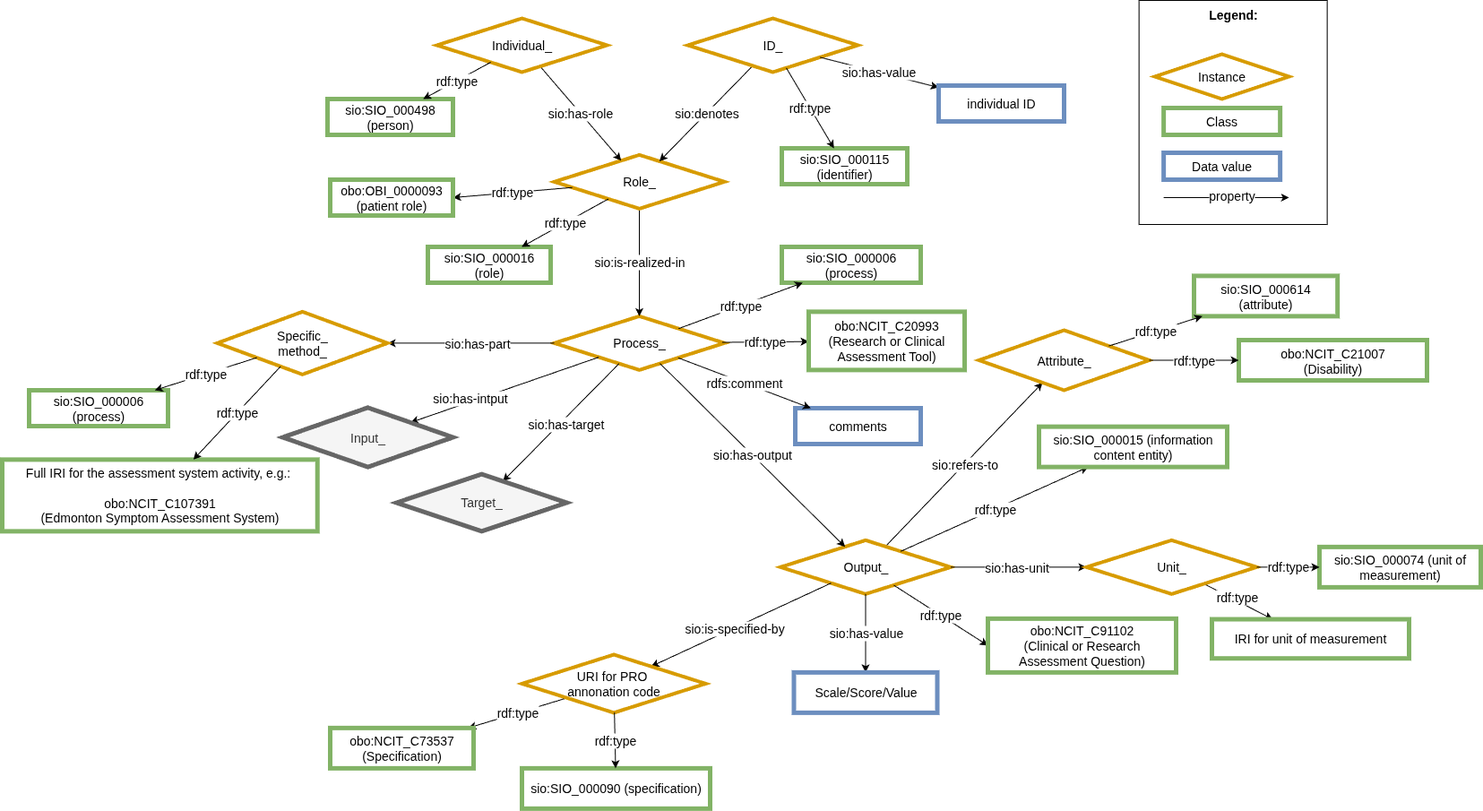
Earlier version of the draw.io export images/CARE-SM-Disability.drawio.png (CARE-SM/CARE-Semantic-Model). Source tidied: cells renumbered, new cells last; positions are measured from the earlier drawing's top-left corner, leaving out a move shared by most shapes.
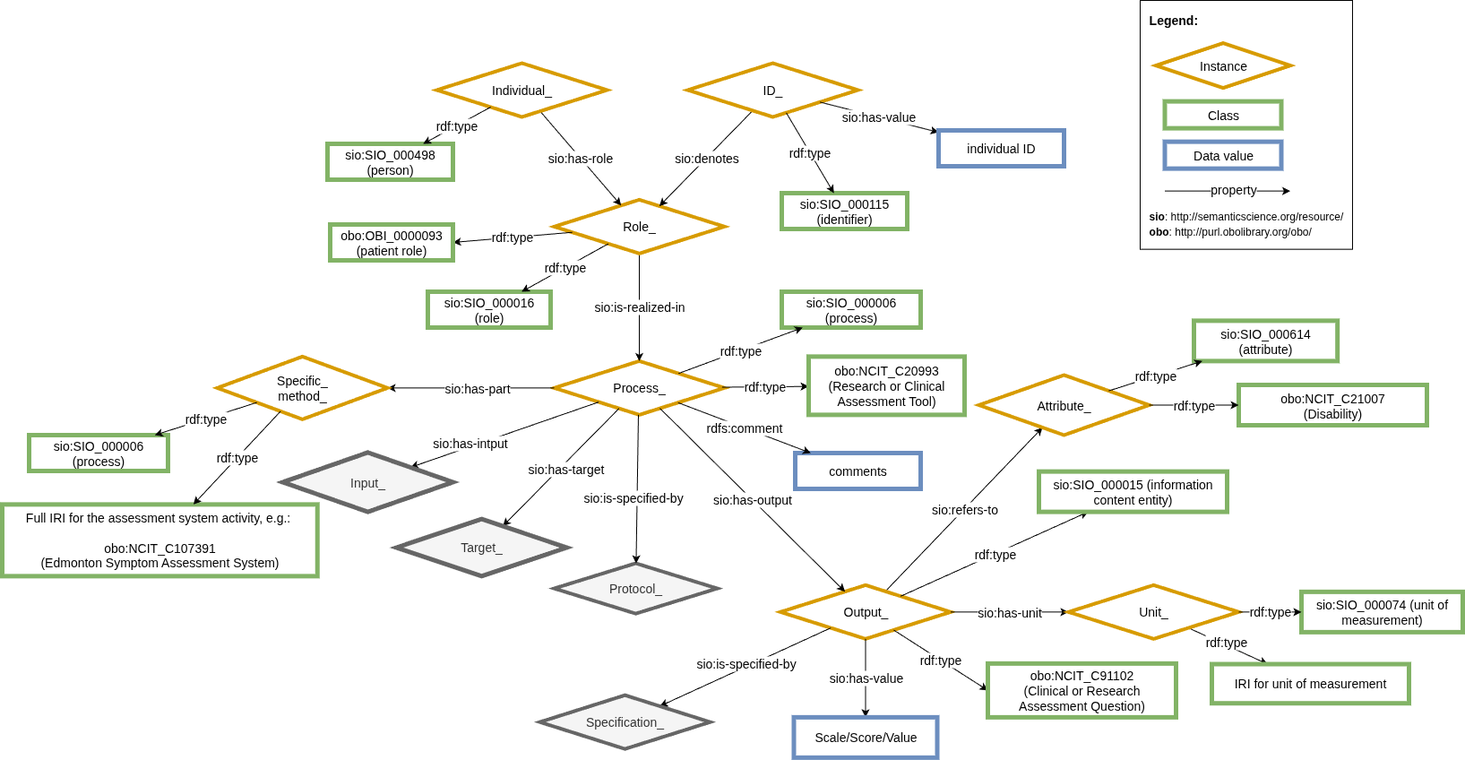
After the change.

What changed in the source:
```diff
@@ -63,24 +63,6 @@
         <mxPoint x="13" y="-1" as="offset" />
       </mxGeometry>
     </mxCell>
-    <mxCell id="21" value="&lt;div style=&quot;text-align: left; font-size: 14px;&quot;&gt;&lt;span style=&quot;background-color: initial; font-size: 14px;&quot;&gt;&lt;b style=&quot;font-size: 14px;&quot;&gt;&lt;font style=&quot;font-size: 14px;&quot;&gt;Legend:&lt;/font&gt;&lt;/b&gt;&lt;/span&gt;&lt;/div&gt;&lt;div style=&quot;text-align: left; font-size: 14px;&quot;&gt;&lt;span style=&quot;background-color: initial; font-size: 14px;&quot;&gt;&lt;br style=&quot;font-size: 14px;&quot;&gt;&lt;/span&gt;&lt;/div&gt;&lt;div style=&quot;text-align: left; font-size: 14px;&quot;&gt;&lt;span style=&quot;background-color: initial; font-size: 14px;&quot;&gt;&lt;br style=&quot;font-size: 14px;&quot;&gt;&lt;/span&gt;&lt;/div&gt;&lt;div style=&quot;text-align: left; font-size: 14px;&quot;&gt;&lt;span style=&quot;background-color: initial; font-size: 14px;&quot;&gt;&lt;br style=&quot;font-size: 14px;&quot;&gt;&lt;/span&gt;&lt;/div&gt;&lt;div style=&quot;text-align: left; font-size: 14px;&quot;&gt;&lt;br style=&quot;font-size: 14px;&quot;&gt;&lt;/div&gt;&lt;div style=&quot;text-align: left; font-size: 14px;&quot;&gt;&lt;br style=&quot;font-size: 14px;&quot;&gt;&lt;/div&gt;&lt;div style=&quot;text-align: left; font-size: 14px;&quot;&gt;&lt;br style=&quot;font-size: 14px;&quot;&gt;&lt;/div&gt;&lt;div style=&quot;text-align: left; font-size: 14px;&quot;&gt;&lt;br style=&quot;font-size: 14px;&quot;&gt;&lt;/div&gt;&lt;div style=&quot;text-align: left; font-size: 14px;&quot;&gt;&lt;br style=&quot;font-size: 14px;&quot;&gt;&lt;/div&gt;&lt;div style=&quot;text-align: left; font-size: 14px;&quot;&gt;&lt;span style=&quot;background-color: initial; font-size: 14px;&quot;&gt;&lt;br style=&quot;font-size: 14px;&quot;&gt;&lt;/span&gt;&lt;/div&gt;&lt;div style=&quot;text-align: left; font-size: 14px;&quot;&gt;&lt;span style=&quot;background-color: initial; font-size: 14px;&quot;&gt;&lt;br style=&quot;font-size: 14px;&quot;&gt;&lt;/span&gt;&lt;/div&gt;&lt;div style=&quot;text-align: left; font-size: 14px;&quot;&gt;&lt;span style=&quot;background-color: initial; font-size: 14px;&quot;&gt;&lt;br style=&quot;font-size: 14px;&quot;&gt;&lt;/span&gt;&lt;/div&gt;&lt;div style=&quot;text-align: left; font-size: 14px;&quot;&gt;&lt;span style=&quot;background-color: initial; font-size: 14px;&quot;&gt;&lt;br style=&quot;font-size: 14px;&quot;&gt;&lt;/span&gt;&lt;/div&gt;&lt;div style=&quot;text-align: left; font-size: 14px;&quot;&gt;&lt;span style=&quot;background-color: initial; font-size: 14px;&quot;&gt;&lt;br style=&quot;font-size: 14px;&quot;&gt;&lt;/span&gt;&lt;/div&gt;" style="rounded=0;whiteSpace=wrap;html=1;fontSize=14;" parent="1" vertex="1">
-      <mxGeometry x="1268.6" width="210" height="250" as="geometry" />
-    </mxCell>
-    <mxCell id="22" value="Class" style="whiteSpace=wrap;html=1;fillColor=#FFFFFF;strokeColor=#82b366;strokeWidth=5;fontSize=14;" parent="1" vertex="1">
-      <mxGeometry x="1296.1" y="120" width="130" height="30" as="geometry" />
-    </mxCell>
-    <mxCell id="23" value="Instance" style="rhombus;whiteSpace=wrap;html=1;fillColor=#FFFFFF;strokeColor=#D79B00;rotation=0;perimeter=rhombusPerimeter;arcSize=20;comic=0;enumerate=0;strokeWidth=4;rounded=0;fontSize=14;" parent="1" vertex="1">
-      <mxGeometry x="1286.1" y="60" width="150" height="50" as="geometry" />
-    </mxCell>
-    <mxCell id="24" value="Data value" style="whiteSpace=wrap;html=1;fillColor=#FFFFFF;strokeColor=#6c8ebf;strokeWidth=5;fontSize=14;" parent="1" vertex="1">
-      <mxGeometry x="1296.1" y="170" width="130" height="30" as="geometry" />
-    </mxCell>
-    <mxCell id="25" value="property" style="rounded=0;orthogonalLoop=1;jettySize=auto;html=1;exitX=1;exitY=1;exitDx=0;exitDy=0;fontSize=14;" parent="1" edge="1">
-      <mxGeometry x="0.09" y="2" relative="1" as="geometry">
-        <mxPoint x="1296.1" y="220" as="sourcePoint" />
-        <mxPoint x="1436.1" y="220" as="targetPoint" />
-      </mxGeometry>
-    </mxCell>
     <mxCell id="26" value="rdf:type" style="edgeStyle=none;rounded=0;jettySize=auto;html=1;fontSize=14;" parent="1" edge="1" source="13" target="16">
       <mxGeometry relative="1" as="geometry" />
     </mxCell>
@@ -182,7 +164,7 @@
       <mxGeometry relative="1" as="geometry" />
     </mxCell>
     <mxCell id="58" value="&lt;font style=&quot;font-size: 14px;&quot;&gt;sio:SIO_000074 (unit of measurement)&lt;/font&gt;" style="whiteSpace=wrap;html=1;fillColor=#FFFFFF;strokeColor=#82b366;strokeWidth=5;fontSize=14;" parent="1" vertex="1">
-      <mxGeometry x="1470" y="609.9" width="180" height="45" as="geometry" />
+      <mxGeometry x="1450" y="609.9" width="180" height="45" as="geometry" />
     </mxCell>
     <mxCell id="59" value="rdf:type" style="edgeStyle=none;rounded=0;jettySize=auto;html=1;fontSize=14;" parent="1" edge="1" source="61" target="60">
       <mxGeometry x="-0.05" y="4" relative="1" as="geometry">
@@ -193,36 +175,55 @@
       <mxGeometry x="1350" y="690.5" width="220" height="43.7" as="geometry" />
     </mxCell>
     <mxCell id="61" value="Unit_" style="rhombus;whiteSpace=wrap;html=1;fillColor=#FFFFFF;strokeColor=#D79B00;perimeter=rhombusPerimeter;arcSize=20;comic=0;enumerate=0;strokeWidth=4;rounded=0;fontSize=14;" parent="1" vertex="1">
-      <mxGeometry x="1210" y="602.4" width="190" height="60" as="geometry" />
+      <mxGeometry x="1190" y="602.4" width="190" height="60" as="geometry" />
     </mxCell>
     <mxCell id="62" value="rdf:type" style="edgeStyle=none;rounded=0;jettySize=auto;html=1;fontSize=14;" parent="1" edge="1" source="61" target="58">
       <mxGeometry relative="1" as="geometry" />
     </mxCell>
-    <mxCell id="63" style="edgeStyle=none;rounded=0;jettySize=auto;html=1;strokeWidth=1;fontSize=14;" parent="1" edge="1" source="3" target="67">
-      <mxGeometry relative="1" as="geometry" />
-    </mxCell>
-    <mxCell id="64" value="sio:is-specified-by" style="edgeLabel;html=1;align=center;verticalAlign=middle;fontSize=14;" parent="63" vertex="1">
-      <mxGeometry x="-0.21" y="-1" relative="1" as="geometry">
-        <mxPoint x="-28" y="14" as="offset" />
-      </mxGeometry>
-    </mxCell>
-    <mxCell id="65" value="rdf:type" style="edgeStyle=none;rounded=0;jettySize=auto;html=1;fontSize=14;" parent="1" edge="1" source="67" target="66">
-      <mxGeometry relative="1" as="geometry" />
-    </mxCell>
-    <mxCell id="66" value="obo:NCIT_C73537 (Specification)" style="whiteSpace=wrap;html=1;fillColor=#FFFFFF;strokeColor=#82b366;strokeWidth=5;fontSize=14;" parent="1" vertex="1">
-      <mxGeometry x="366" y="811.9" width="160" height="45" as="geometry" />
-    </mxCell>
-    <mxCell id="67" value="URI for PRO&amp;nbsp;&lt;div&gt;annonation code&lt;/div&gt;" style="rhombus;whiteSpace=wrap;html=1;fillColor=#FFFFFF;strokeColor=#D79B00;perimeter=rhombusPerimeter;arcSize=20;comic=0;enumerate=0;strokeWidth=4;rounded=0;fontSize=14;" parent="1" vertex="1">
-      <mxGeometry x="580" y="730" width="205" height="64.9" as="geometry" />
-    </mxCell>
-    <mxCell id="68" value="&lt;font style=&quot;font-size: 14px;&quot;&gt;sio:SIO_000090 (specification)&lt;/font&gt;" style="whiteSpace=wrap;html=1;fillColor=#FFFFFF;strokeColor=#82b366;strokeWidth=5;fontSize=14;" parent="1" vertex="1">
-      <mxGeometry x="580" y="856.9" width="210" height="45" as="geometry" />
-    </mxCell>
-    <mxCell id="69" value="rdf:type" style="edgeStyle=none;rounded=0;jettySize=auto;html=1;fontSize=14;" parent="1" edge="1" source="67" target="68">
-      <mxGeometry relative="1" as="geometry" />
-    </mxCell>
     <mxCell id="70" value="&lt;div&gt;obo:NCIT_C20993&lt;/div&gt;&lt;div&gt;(&lt;span style=&quot;background-color: transparent;&quot;&gt;Research or Clinical Assessment Tool&lt;/span&gt;)&lt;/div&gt;" style="whiteSpace=wrap;html=1;fillColor=#FFFFFF;strokeColor=#82b366;strokeWidth=5;fontSize=14;" parent="1" vertex="1">
       <mxGeometry x="900" y="347.4" width="174" height="65" as="geometry" />
     </mxCell>
+    <mxCell id="71" style="edgeStyle=none;rounded=0;jettySize=auto;html=1;strokeWidth=1;fontSize=14;" parent="1" edge="1" source="3" target="73">
+      <mxGeometry relative="1" as="geometry" />
+    </mxCell>
+    <mxCell id="72" value="sio:is-specified-by" style="edgeLabel;html=1;align=center;verticalAlign=middle;fontSize=14;" parent="71" vertex="1">
+      <mxGeometry x="-0.21" y="-1" relative="1" as="geometry">
+        <mxPoint x="-19" y="6" as="offset" />
+      </mxGeometry>
+    </mxCell>
+    <mxCell id="73" value="Specification_" style="rhombus;whiteSpace=wrap;html=1;fillColor=#f5f5f5;strokeColor=#666666;perimeter=rhombusPerimeter;arcSize=20;comic=0;enumerate=0;strokeWidth=4;rounded=0;fontSize=14;fontColor=#333333;" parent="1" vertex="1">
+      <mxGeometry x="600" y="725.2" width="190" height="60" as="geometry" />
+    </mxCell>
+    <mxCell id="74" value="&lt;div style=&quot;text-align: left; font-size: 14px;&quot;&gt;&lt;span style=&quot;background-color: initial; font-size: 14px;&quot;&gt;&lt;b style=&quot;font-size: 14px;&quot;&gt;&lt;font style=&quot;font-size: 14px;&quot;&gt;Legend:&lt;/font&gt;&lt;/b&gt;&lt;/span&gt;&lt;/div&gt;&lt;div style=&quot;text-align: left; font-size: 14px;&quot;&gt;&lt;span style=&quot;background-color: initial; font-size: 14px;&quot;&gt;&lt;br style=&quot;font-size: 14px;&quot;&gt;&lt;/span&gt;&lt;/div&gt;&lt;div style=&quot;text-align: left; font-size: 14px;&quot;&gt;&lt;span style=&quot;background-color: initial; font-size: 14px;&quot;&gt;&lt;br style=&quot;font-size: 14px;&quot;&gt;&lt;/span&gt;&lt;/div&gt;&lt;div style=&quot;text-align: left; font-size: 14px;&quot;&gt;&lt;span style=&quot;background-color: initial; font-size: 14px;&quot;&gt;&lt;br style=&quot;font-size: 14px;&quot;&gt;&lt;/span&gt;&lt;/div&gt;&lt;div style=&quot;text-align: left; font-size: 14px;&quot;&gt;&lt;br style=&quot;font-size: 14px;&quot;&gt;&lt;/div&gt;&lt;div style=&quot;text-align: left; font-size: 14px;&quot;&gt;&lt;br style=&quot;font-size: 14px;&quot;&gt;&lt;/div&gt;&lt;div style=&quot;text-align: left; font-size: 14px;&quot;&gt;&lt;br style=&quot;font-size: 14px;&quot;&gt;&lt;/div&gt;&lt;div style=&quot;text-align: left; font-size: 14px;&quot;&gt;&lt;br style=&quot;font-size: 14px;&quot;&gt;&lt;/div&gt;&lt;div style=&quot;text-align: left; font-size: 14px;&quot;&gt;&lt;br style=&quot;font-size: 14px;&quot;&gt;&lt;/div&gt;&lt;div style=&quot;text-align: left; font-size: 14px;&quot;&gt;&lt;span style=&quot;background-color: initial; font-size: 14px;&quot;&gt;&lt;br style=&quot;font-size: 14px;&quot;&gt;&lt;/span&gt;&lt;/div&gt;&lt;div style=&quot;text-align: left; font-size: 14px;&quot;&gt;&lt;span style=&quot;background-color: initial; font-size: 14px;&quot;&gt;&lt;br style=&quot;font-size: 14px;&quot;&gt;&lt;/span&gt;&lt;/div&gt;&lt;div style=&quot;text-align: left; font-size: 14px;&quot;&gt;&lt;span style=&quot;background-color: initial; font-size: 14px;&quot;&gt;&lt;br style=&quot;font-size: 14px;&quot;&gt;&lt;/span&gt;&lt;/div&gt;&lt;div style=&quot;text-align: left; font-size: 14px;&quot;&gt;&lt;span style=&quot;background-color: initial; font-size: 14px;&quot;&gt;&lt;br style=&quot;font-size: 14px;&quot;&gt;&lt;/span&gt;&lt;/div&gt;&lt;div style=&quot;text-align: left; font-size: 14px;&quot;&gt;&lt;b style=&quot;background-color: transparent; color: light-dark(rgb(0, 0, 0), rgb(255, 255, 255)); font-size: 12px; text-align: center;&quot;&gt;sio&lt;/b&gt;&lt;span style=&quot;background-color: transparent; color: light-dark(rgb(0, 0, 0), rgb(255, 255, 255)); font-size: 12px; text-align: center;&quot;&gt;: http://semanticscience.org/resource/&lt;/span&gt;&lt;/div&gt;&lt;div style=&quot;text-align: left;&quot;&gt;&lt;span style=&quot;font-size: 12px; background-color: transparent; color: light-dark(rgb(0, 0, 0), rgb(255, 255, 255)); text-align: center;&quot;&gt;&lt;b&gt;obo&lt;/b&gt;:&amp;nbsp;&lt;/span&gt;&lt;span style=&quot;background-color: transparent; text-align: center; font-size: 12px;&quot;&gt;http://purl.obolibrary.org/obo/&lt;/span&gt;&lt;/div&gt;" style="rounded=0;whiteSpace=wrap;html=1;fontSize=14;" parent="1" vertex="1">
+      <mxGeometry x="1270" y="-50" width="237" height="277.6" as="geometry" />
+    </mxCell>
+    <mxCell id="22" value="Class" style="whiteSpace=wrap;html=1;fillColor=#FFFFFF;strokeColor=#82b366;strokeWidth=5;fontSize=14;" parent="1" vertex="1">
+      <mxGeometry x="1297.5" y="62.6" width="130" height="30" as="geometry" />
+    </mxCell>
+    <mxCell id="23" value="Instance" style="rhombus;whiteSpace=wrap;html=1;fillColor=#FFFFFF;strokeColor=#D79B00;rotation=0;perimeter=rhombusPerimeter;arcSize=20;comic=0;enumerate=0;strokeWidth=4;rounded=0;fontSize=14;" parent="1" vertex="1">
+      <mxGeometry x="1287.5" y="-2.4" width="150" height="50" as="geometry" />
+    </mxCell>
+    <mxCell id="24" value="Data value" style="whiteSpace=wrap;html=1;fillColor=#FFFFFF;strokeColor=#6c8ebf;strokeWidth=5;fontSize=14;" parent="1" vertex="1">
+      <mxGeometry x="1297.5" y="107.6" width="130" height="30" as="geometry" />
+    </mxCell>
+    <mxCell id="25" value="property" style="rounded=0;orthogonalLoop=1;jettySize=auto;html=1;exitX=1;exitY=1;exitDx=0;exitDy=0;fontSize=14;" parent="1" edge="1">
+      <mxGeometry x="0.09" y="2" relative="1" as="geometry">
+        <mxPoint x="1297.5" y="162.6" as="sourcePoint" />
+        <mxPoint x="1437.5" y="162.6" as="targetPoint" />
+      </mxGeometry>
+    </mxCell>
+    <mxCell id="75" value="Protocol_" style="rhombus;whiteSpace=wrap;html=1;fillColor=#f5f5f5;strokeColor=#666666;perimeter=rhombusPerimeter;arcSize=20;comic=0;enumerate=0;strokeWidth=4;rounded=0;fontSize=14;fontColor=#333333;" parent="1" vertex="1">
+      <mxGeometry x="616" y="578" width="182" height="56.2" as="geometry" />
+    </mxCell>
+    <mxCell id="76" style="edgeStyle=none;rounded=0;jettySize=auto;html=1;strokeWidth=1;fontSize=14;" parent="1" edge="1" target="75">
+      <mxGeometry relative="1" as="geometry">
+        <mxPoint x="710" y="412.4" as="sourcePoint" />
+      </mxGeometry>
+    </mxCell>
+    <mxCell id="77" value="sio:is-specified-by" style="edgeLabel;html=1;align=center;verticalAlign=middle;fontSize=14;" parent="76" vertex="1">
+      <mxGeometry x="-0.21" y="-1" relative="1" as="geometry">
+        <mxPoint x="-4" y="26" as="offset" />
+      </mxGeometry>
+    </mxCell>
   </root>
 </mxGraphModel>
```
